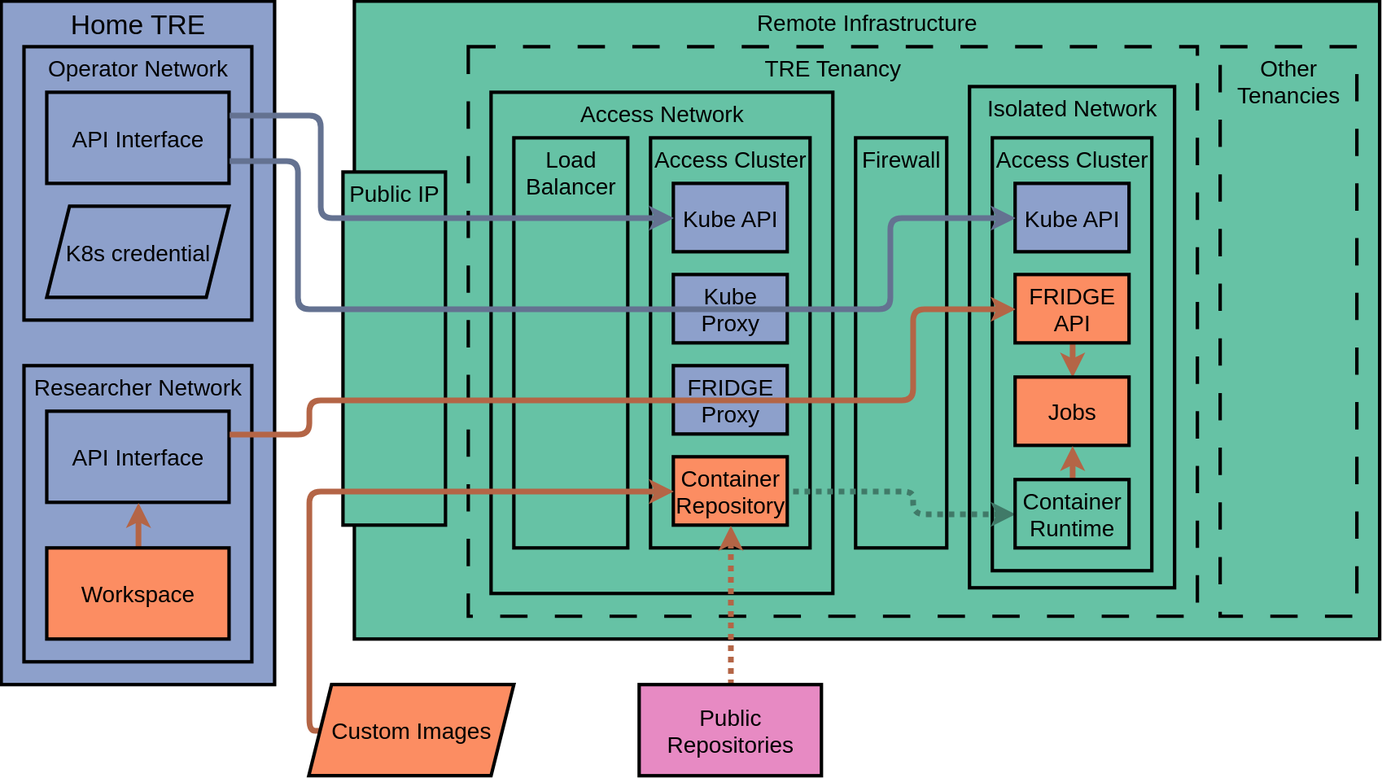
Above: docs/static/high_level.drawio.svg in alan-turing-institute/fridge (draw.io), before the change. Source tidied: cells renumbered, new cells last; positions are measured from the earlier drawing's top-left corner, leaving out a move shared by most shapes.
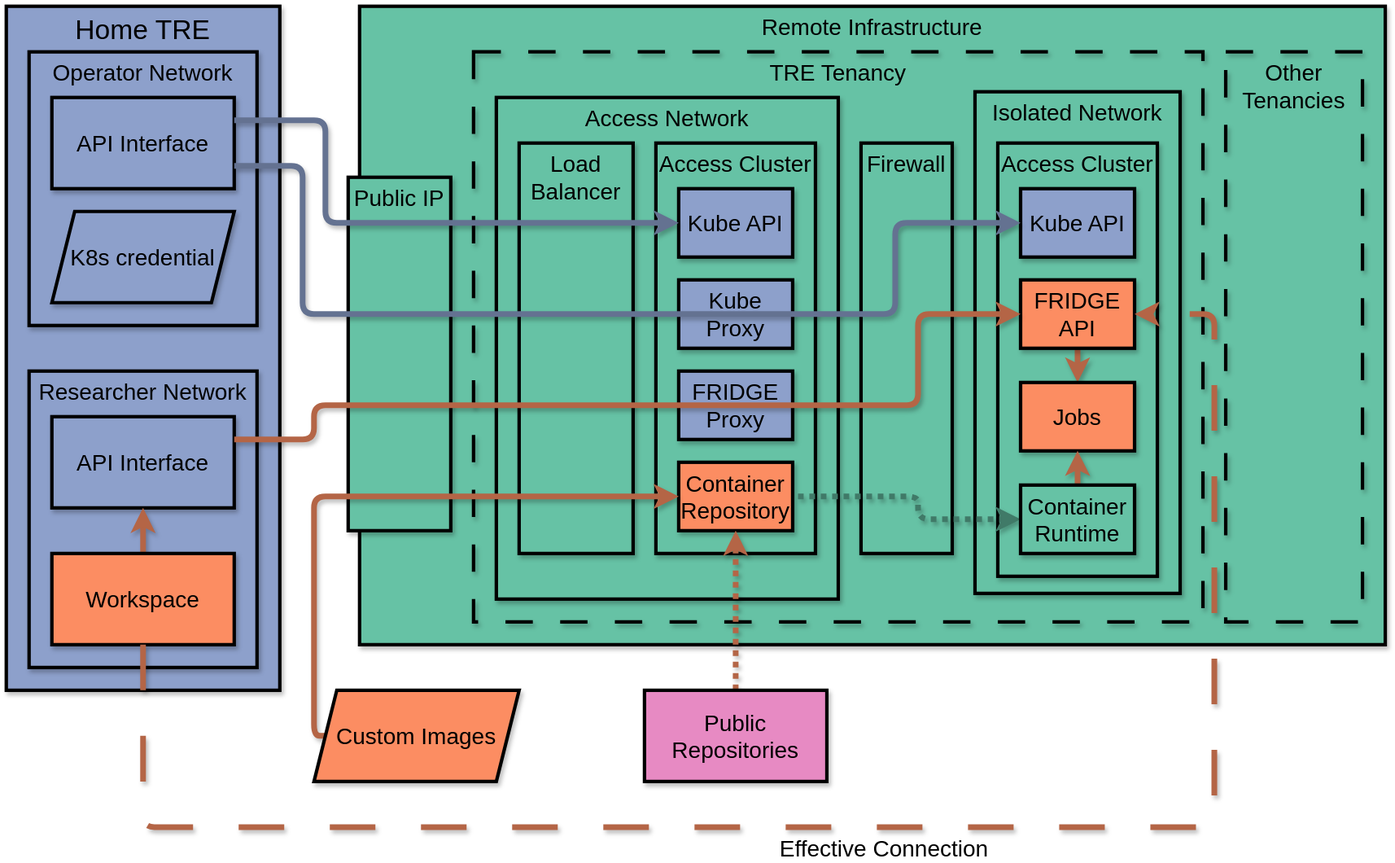
After the change.

Diff of the diagram source:
```diff
@@ -2,85 +2,85 @@
   <root>
     <mxCell id="0" />
     <mxCell id="1" parent="0" />
-    <mxCell id="2" value="&lt;font&gt;Home TRE&lt;/font&gt;" style="rounded=0;whiteSpace=wrap;html=1;verticalAlign=top;labelPosition=center;verticalLabelPosition=middle;align=center;fontSize=24;fillColor=#8DA0CB;strokeWidth=3;strokeColor=#000000;" parent="1" vertex="1">
+    <mxCell id="2" value="&lt;font&gt;Home TRE&lt;/font&gt;" style="rounded=0;whiteSpace=wrap;html=1;verticalAlign=top;labelPosition=center;verticalLabelPosition=middle;align=center;fontSize=24;fillColor=#8DA0CB;strokeWidth=3;strokeColor=#000000;shadow=1;" parent="1" vertex="1">
       <mxGeometry width="240" height="600" as="geometry" />
     </mxCell>
-    <mxCell id="3" value="&lt;font&gt;Remote Infrastructure&lt;/font&gt;" style="rounded=0;whiteSpace=wrap;html=1;verticalAlign=top;fontSize=20;fillColor=#66C2A5;strokeWidth=3;strokeColor=default;align=center;fontFamily=Helvetica;fontColor=default;" parent="1" vertex="1">
+    <mxCell id="3" value="&lt;font&gt;Remote Infrastructure&lt;/font&gt;" style="rounded=0;whiteSpace=wrap;html=1;verticalAlign=top;fontSize=20;fillColor=#66C2A5;strokeWidth=3;strokeColor=default;align=center;fontFamily=Helvetica;fontColor=default;shadow=1;" parent="1" vertex="1">
       <mxGeometry x="310" width="900" height="560" as="geometry" />
     </mxCell>
-    <mxCell id="4" value="TRE Tenancy" style="rounded=0;whiteSpace=wrap;html=1;fontSize=20;verticalAlign=top;fillColor=none;dashed=1;dashPattern=8 8;strokeWidth=3;glass=0;" parent="1" vertex="1">
+    <mxCell id="4" value="TRE Tenancy" style="rounded=0;whiteSpace=wrap;html=1;fontSize=20;verticalAlign=top;fillColor=none;dashed=1;dashPattern=8 8;strokeWidth=3;glass=0;shadow=1;" parent="1" vertex="1">
       <mxGeometry x="410" y="40" width="640" height="500" as="geometry" />
     </mxCell>
-    <mxCell id="5" value="Other Tenancies" style="rounded=0;whiteSpace=wrap;html=1;fontSize=20;verticalAlign=top;fillColor=none;strokeWidth=3;dashed=1;dashPattern=8 8;" parent="1" vertex="1">
+    <mxCell id="5" value="Other Tenancies" style="rounded=0;whiteSpace=wrap;html=1;fontSize=20;verticalAlign=top;fillColor=none;strokeWidth=3;dashed=1;dashPattern=8 8;shadow=1;" parent="1" vertex="1">
       <mxGeometry x="1070" y="40" width="120" height="500" as="geometry" />
     </mxCell>
-    <mxCell id="6" value="Operator Network" style="rounded=0;whiteSpace=wrap;html=1;verticalAlign=top;fontSize=20;fillColor=#8DA0CB;strokeWidth=3;" parent="1" vertex="1">
+    <mxCell id="6" value="Operator Network" style="rounded=0;whiteSpace=wrap;html=1;verticalAlign=top;fontSize=20;fillColor=#8DA0CB;strokeWidth=3;shadow=1;" parent="1" vertex="1">
       <mxGeometry x="20" y="40" width="200" height="240" as="geometry" />
     </mxCell>
-    <mxCell id="7" value="Researcher Network" style="rounded=0;whiteSpace=wrap;html=1;verticalAlign=top;fontSize=20;fillColor=#8DA0CB;strokeWidth=3;" parent="1" vertex="1">
+    <mxCell id="7" value="Researcher Network" style="rounded=0;whiteSpace=wrap;html=1;verticalAlign=top;fontSize=20;fillColor=#8DA0CB;strokeWidth=3;shadow=1;" parent="1" vertex="1">
       <mxGeometry x="20" y="320" width="200" height="260" as="geometry" />
     </mxCell>
-    <mxCell id="8" value="API Interface" style="rounded=0;whiteSpace=wrap;html=1;fontSize=20;verticalAlign=middle;strokeWidth=3;fillColor=#8DA0CB;" parent="1" vertex="1">
+    <mxCell id="8" value="API Interface" style="rounded=0;whiteSpace=wrap;html=1;fontSize=20;verticalAlign=middle;strokeWidth=3;fillColor=#8DA0CB;shadow=1;" parent="1" vertex="1">
       <mxGeometry x="40" y="80" width="160" height="80" as="geometry" />
     </mxCell>
-    <mxCell id="9" value="K8s credential" style="shape=parallelogram;perimeter=parallelogramPerimeter;whiteSpace=wrap;html=1;fixedSize=1;fontSize=20;strokeWidth=3;fillColor=#8DA0CB;" parent="1" vertex="1">
+    <mxCell id="9" value="K8s credential" style="shape=parallelogram;perimeter=parallelogramPerimeter;whiteSpace=wrap;html=1;fixedSize=1;fontSize=20;strokeWidth=3;fillColor=#8DA0CB;shadow=1;" parent="1" vertex="1">
       <mxGeometry x="40" y="180" width="160" height="80" as="geometry" />
     </mxCell>
-    <mxCell id="10" value="API Interface" style="rounded=0;whiteSpace=wrap;html=1;fontSize=20;verticalAlign=middle;strokeWidth=3;fillColor=#8DA0CB;" parent="1" vertex="1">
+    <mxCell id="10" value="API Interface" style="rounded=0;whiteSpace=wrap;html=1;fontSize=20;verticalAlign=middle;strokeWidth=3;fillColor=#8DA0CB;shadow=1;" parent="1" vertex="1">
       <mxGeometry x="40" y="360" width="160" height="80" as="geometry" />
     </mxCell>
-    <mxCell id="11" style="edgeStyle=orthogonalEdgeStyle;rounded=0;jettySize=auto;html=1;exitX=0.5;exitY=0;exitDx=0;exitDy=0;entryX=0.5;entryY=1;entryDx=0;entryDy=0;fontFamily=Helvetica;fontSize=20;fontColor=default;strokeWidth=5;strokeColor=#B46546;" parent="1" edge="1" source="12" target="10">
+    <mxCell id="11" style="edgeStyle=orthogonalEdgeStyle;rounded=0;jettySize=auto;html=1;exitX=0.5;exitY=0;exitDx=0;exitDy=0;entryX=0.5;entryY=1;entryDx=0;entryDy=0;fontFamily=Helvetica;fontSize=20;fontColor=default;strokeWidth=5;strokeColor=#B46546;shadow=1;" parent="1" edge="1" source="12" target="10">
       <mxGeometry relative="1" as="geometry" />
     </mxCell>
-    <mxCell id="12" value="Workspace" style="rounded=0;whiteSpace=wrap;html=1;fontSize=20;verticalAlign=middle;strokeWidth=3;fillColor=#FC8D62;" parent="1" vertex="1">
+    <mxCell id="12" value="Workspace" style="rounded=0;whiteSpace=wrap;html=1;fontSize=20;verticalAlign=middle;strokeWidth=3;fillColor=#FC8D62;shadow=1;" parent="1" vertex="1">
       <mxGeometry x="40" y="480" width="160" height="80" as="geometry" />
     </mxCell>
-    <mxCell id="13" value="Public IP" style="rounded=0;whiteSpace=wrap;html=1;fontSize=20;strokeWidth=3;fillColor=#66C2A5;verticalAlign=top;" parent="1" vertex="1">
+    <mxCell id="13" value="Public IP" style="rounded=0;whiteSpace=wrap;html=1;fontSize=20;strokeWidth=3;fillColor=#66C2A5;verticalAlign=top;shadow=1;" parent="1" vertex="1">
       <mxGeometry x="300" y="150" width="90" height="310" as="geometry" />
     </mxCell>
-    <mxCell id="14" value="Access Network" style="rounded=0;whiteSpace=wrap;html=1;strokeWidth=3;fontSize=20;verticalAlign=top;fillColor=#66C2A5;" parent="1" vertex="1">
+    <mxCell id="14" value="Access Network" style="rounded=0;whiteSpace=wrap;html=1;strokeWidth=3;fontSize=20;verticalAlign=top;fillColor=#66C2A5;shadow=1;" parent="1" vertex="1">
       <mxGeometry x="430" y="80" width="300" height="440" as="geometry" />
     </mxCell>
-    <mxCell id="15" value="Isolated Network" style="rounded=0;whiteSpace=wrap;html=1;strokeWidth=3;fontSize=20;verticalAlign=top;fillColor=#66C2A5;" parent="1" vertex="1">
+    <mxCell id="15" value="Isolated Network" style="rounded=0;whiteSpace=wrap;html=1;strokeWidth=3;fontSize=20;verticalAlign=top;fillColor=#66C2A5;shadow=1;" parent="1" vertex="1">
       <mxGeometry x="850" y="75" width="180" height="440" as="geometry" />
     </mxCell>
-    <mxCell id="16" value="Load Balancer" style="rounded=0;whiteSpace=wrap;html=1;strokeWidth=3;fontSize=20;verticalAlign=top;fillColor=#66C2A5;" parent="1" vertex="1">
+    <mxCell id="16" value="Load Balancer" style="rounded=0;whiteSpace=wrap;html=1;strokeWidth=3;fontSize=20;verticalAlign=top;fillColor=#66C2A5;shadow=1;" parent="1" vertex="1">
       <mxGeometry x="450" y="120" width="100" height="360" as="geometry" />
     </mxCell>
-    <mxCell id="17" value="Access Cluster" style="rounded=0;whiteSpace=wrap;html=1;strokeWidth=3;fontSize=20;verticalAlign=top;fillColor=#66C2A5;" parent="1" vertex="1">
+    <mxCell id="17" value="Access Cluster" style="rounded=0;whiteSpace=wrap;html=1;strokeWidth=3;fontSize=20;verticalAlign=top;fillColor=#66C2A5;shadow=1;" parent="1" vertex="1">
       <mxGeometry x="570" y="120" width="140" height="360" as="geometry" />
     </mxCell>
-    <mxCell id="18" value="Kube API" style="rounded=0;whiteSpace=wrap;html=1;strokeWidth=3;fontSize=20;fillColor=#8DA0CB;" parent="1" vertex="1">
+    <mxCell id="18" value="Kube API" style="rounded=0;whiteSpace=wrap;html=1;strokeWidth=3;fontSize=20;fillColor=#8DA0CB;shadow=1;" parent="1" vertex="1">
       <mxGeometry x="590" y="160" width="100" height="60" as="geometry" />
     </mxCell>
-    <mxCell id="19" value="Kube Proxy" style="rounded=0;whiteSpace=wrap;html=1;strokeWidth=3;fontSize=20;fillColor=#8DA0CB;" parent="1" vertex="1">
+    <mxCell id="19" value="Kube Proxy" style="rounded=0;whiteSpace=wrap;html=1;strokeWidth=3;fontSize=20;fillColor=#8DA0CB;shadow=1;" parent="1" vertex="1">
       <mxGeometry x="590" y="240" width="100" height="60" as="geometry" />
     </mxCell>
-    <mxCell id="20" value="FRIDGE Proxy" style="rounded=0;whiteSpace=wrap;html=1;strokeWidth=3;fontSize=20;fillColor=#8DA0CB;" parent="1" vertex="1">
+    <mxCell id="20" value="FRIDGE Proxy" style="rounded=0;whiteSpace=wrap;html=1;strokeWidth=3;fontSize=20;fillColor=#8DA0CB;shadow=1;" parent="1" vertex="1">
       <mxGeometry x="590" y="320" width="100" height="60" as="geometry" />
     </mxCell>
-    <mxCell id="21" value="Container Repository" style="rounded=0;whiteSpace=wrap;html=1;strokeWidth=3;fontSize=20;fillColor=#FC8D62;" parent="1" vertex="1">
+    <mxCell id="21" value="Container Repository" style="rounded=0;whiteSpace=wrap;html=1;strokeWidth=3;fontSize=20;fillColor=#FC8D62;shadow=1;" parent="1" vertex="1">
       <mxGeometry x="590" y="400" width="100" height="60" as="geometry" />
     </mxCell>
-    <mxCell id="22" value="Firewall" style="rounded=0;whiteSpace=wrap;html=1;fontSize=20;verticalAlign=top;strokeWidth=3;fillColor=#66C2A5;" parent="1" vertex="1">
+    <mxCell id="22" value="Firewall" style="rounded=0;whiteSpace=wrap;html=1;fontSize=20;verticalAlign=top;strokeWidth=3;fillColor=#66C2A5;shadow=1;" parent="1" vertex="1">
       <mxGeometry x="750" y="120" width="80" height="360" as="geometry" />
     </mxCell>
-    <mxCell id="23" value="Access Cluster" style="rounded=0;whiteSpace=wrap;html=1;strokeWidth=3;fontSize=20;verticalAlign=top;fillColor=#66C2A5;" parent="1" vertex="1">
+    <mxCell id="23" value="Access Cluster" style="rounded=0;whiteSpace=wrap;html=1;strokeWidth=3;fontSize=20;verticalAlign=top;fillColor=#66C2A5;shadow=1;" parent="1" vertex="1">
       <mxGeometry x="870" y="120" width="140" height="380" as="geometry" />
     </mxCell>
-    <mxCell id="24" value="Kube API" style="rounded=0;whiteSpace=wrap;html=1;strokeWidth=3;fontSize=20;fillColor=#8DA0CB;" parent="1" vertex="1">
+    <mxCell id="24" value="Kube API" style="rounded=0;whiteSpace=wrap;html=1;strokeWidth=3;fontSize=20;fillColor=#8DA0CB;shadow=1;" parent="1" vertex="1">
       <mxGeometry x="890" y="160" width="100" height="60" as="geometry" />
     </mxCell>
-    <mxCell id="25" style="edgeStyle=orthogonalEdgeStyle;rounded=0;jettySize=auto;html=1;exitX=0.5;exitY=1;exitDx=0;exitDy=0;entryX=0.5;entryY=0;entryDx=0;entryDy=0;fontFamily=Helvetica;fontSize=20;fontColor=default;strokeColor=#B46546;strokeWidth=5;align=center;verticalAlign=middle;labelBackgroundColor=default;endArrow=classic;" parent="1" edge="1" source="26" target="27">
+    <mxCell id="25" style="edgeStyle=orthogonalEdgeStyle;rounded=0;jettySize=auto;html=1;exitX=0.5;exitY=1;exitDx=0;exitDy=0;entryX=0.5;entryY=0;entryDx=0;entryDy=0;fontFamily=Helvetica;fontSize=20;fontColor=default;strokeColor=#B46546;strokeWidth=5;align=center;verticalAlign=middle;labelBackgroundColor=default;endArrow=classic;shadow=1;" parent="1" edge="1" source="26" target="27">
       <mxGeometry relative="1" as="geometry" />
     </mxCell>
-    <mxCell id="26" value="FRIDGE API" style="rounded=0;whiteSpace=wrap;html=1;strokeWidth=3;fontSize=20;fillColor=#FC8D62;" parent="1" vertex="1">
+    <mxCell id="26" value="FRIDGE API" style="rounded=0;whiteSpace=wrap;html=1;strokeWidth=3;fontSize=20;fillColor=#FC8D62;shadow=1;" parent="1" vertex="1">
       <mxGeometry x="890" y="240" width="100" height="60" as="geometry" />
     </mxCell>
-    <mxCell id="27" value="Jobs" style="rounded=0;whiteSpace=wrap;html=1;strokeWidth=3;fontSize=20;fillColor=#FC8D62;" parent="1" vertex="1">
+    <mxCell id="27" value="Jobs" style="rounded=0;whiteSpace=wrap;html=1;strokeWidth=3;fontSize=20;fillColor=#FC8D62;shadow=1;" parent="1" vertex="1">
       <mxGeometry x="890" y="330" width="100" height="60" as="geometry" />
     </mxCell>
-    <mxCell id="28" style="edgeStyle=orthogonalEdgeStyle;rounded=1;jettySize=auto;html=1;exitX=0;exitY=0.5;exitDx=0;exitDy=0;entryX=1;entryY=0.5;entryDx=0;entryDy=0;fontFamily=Helvetica;fontSize=20;fontColor=default;strokeColor=#407A68;strokeWidth=5;curved=0;startArrow=classic;startFill=1;endArrow=none;endFill=0;dashed=1;dashPattern=1 1;" parent="1" edge="1" source="30" target="21">
+    <mxCell id="28" style="edgeStyle=orthogonalEdgeStyle;rounded=1;jettySize=auto;html=1;exitX=0;exitY=0.5;exitDx=0;exitDy=0;entryX=1;entryY=0.5;entryDx=0;entryDy=0;fontFamily=Helvetica;fontSize=20;fontColor=default;strokeColor=#407A68;strokeWidth=5;curved=0;startArrow=classic;startFill=1;endArrow=none;endFill=0;dashed=1;dashPattern=1 1;shadow=1;" parent="1" edge="1" source="30" target="21">
       <mxGeometry relative="1" as="geometry">
         <Array as="points">
           <mxPoint x="800" y="450" />
@@ -88,13 +88,13 @@
         </Array>
       </mxGeometry>
     </mxCell>
-    <mxCell id="29" style="edgeStyle=orthogonalEdgeStyle;rounded=0;jettySize=auto;html=1;exitX=0.5;exitY=0;exitDx=0;exitDy=0;entryX=0.5;entryY=1;entryDx=0;entryDy=0;fontFamily=Helvetica;fontSize=20;fontColor=default;strokeWidth=5;strokeColor=#B46546;" parent="1" edge="1" source="30" target="27">
+    <mxCell id="29" style="edgeStyle=orthogonalEdgeStyle;rounded=0;jettySize=auto;html=1;exitX=0.5;exitY=0;exitDx=0;exitDy=0;entryX=0.5;entryY=1;entryDx=0;entryDy=0;fontFamily=Helvetica;fontSize=20;fontColor=default;strokeWidth=5;strokeColor=#B46546;shadow=1;" parent="1" edge="1" source="30" target="27">
       <mxGeometry relative="1" as="geometry" />
     </mxCell>
-    <mxCell id="30" value="Container Runtime" style="rounded=0;whiteSpace=wrap;html=1;strokeWidth=3;fontSize=20;fillColor=#66C2A5;" parent="1" vertex="1">
+    <mxCell id="30" value="Container Runtime" style="rounded=0;whiteSpace=wrap;html=1;strokeWidth=3;fontSize=20;fillColor=#66C2A5;shadow=1;" parent="1" vertex="1">
       <mxGeometry x="890" y="420" width="100" height="60" as="geometry" />
     </mxCell>
-    <mxCell id="31" style="edgeStyle=orthogonalEdgeStyle;rounded=1;jettySize=auto;html=1;exitX=0;exitY=0.5;exitDx=0;exitDy=0;entryX=0;entryY=0.5;entryDx=0;entryDy=0;fontFamily=Helvetica;fontSize=20;fontColor=default;strokeColor=#B46546;strokeWidth=5;align=center;verticalAlign=middle;labelBackgroundColor=default;endArrow=classic;curved=0;" parent="1" edge="1" source="32" target="21">
+    <mxCell id="31" style="edgeStyle=orthogonalEdgeStyle;rounded=1;jettySize=auto;html=1;exitX=0;exitY=0.5;exitDx=0;exitDy=0;entryX=0;entryY=0.5;entryDx=0;entryDy=0;fontFamily=Helvetica;fontSize=20;fontColor=default;strokeColor=#B46546;strokeWidth=5;align=center;verticalAlign=middle;labelBackgroundColor=default;endArrow=classic;curved=0;shadow=1;" parent="1" edge="1" source="32" target="21">
       <mxGeometry relative="1" as="geometry">
         <Array as="points">
           <mxPoint x="270" y="640" />
@@ -102,16 +102,16 @@
         </Array>
       </mxGeometry>
     </mxCell>
-    <mxCell id="32" value="Custom Images" style="shape=parallelogram;perimeter=parallelogramPerimeter;whiteSpace=wrap;html=1;fixedSize=1;strokeWidth=3;fontSize=20;fillColor=#FC8D62;" parent="1" vertex="1">
+    <mxCell id="32" value="Custom Images" style="shape=parallelogram;perimeter=parallelogramPerimeter;whiteSpace=wrap;html=1;fixedSize=1;strokeWidth=3;fontSize=20;fillColor=#FC8D62;shadow=1;" parent="1" vertex="1">
       <mxGeometry x="270" y="600" width="180" height="80" as="geometry" />
     </mxCell>
-    <mxCell id="33" style="edgeStyle=orthogonalEdgeStyle;rounded=1;jettySize=auto;html=1;exitX=0.5;exitY=0;exitDx=0;exitDy=0;fontFamily=Helvetica;fontSize=20;fontColor=default;strokeColor=#B46546;strokeWidth=5;align=center;verticalAlign=middle;labelBackgroundColor=default;endArrow=classic;curved=0;dashed=1;dashPattern=1 1;" parent="1" edge="1" source="34" target="21">
+    <mxCell id="33" style="edgeStyle=orthogonalEdgeStyle;rounded=1;jettySize=auto;html=1;exitX=0.5;exitY=0;exitDx=0;exitDy=0;fontFamily=Helvetica;fontSize=20;fontColor=default;strokeColor=#B46546;strokeWidth=5;align=center;verticalAlign=middle;labelBackgroundColor=default;endArrow=classic;curved=0;dashed=1;dashPattern=1 1;shadow=1;" parent="1" edge="1" source="34" target="21">
       <mxGeometry relative="1" as="geometry" />
     </mxCell>
-    <mxCell id="34" value="Public Repositories" style="rounded=0;whiteSpace=wrap;html=1;fontSize=20;strokeWidth=3;fillColor=#E78AC3;" parent="1" vertex="1">
+    <mxCell id="34" value="Public Repositories" style="rounded=0;whiteSpace=wrap;html=1;fontSize=20;strokeWidth=3;fillColor=#E78AC3;shadow=1;" parent="1" vertex="1">
       <mxGeometry x="560" y="600" width="160" height="80" as="geometry" />
     </mxCell>
-    <mxCell id="35" style="edgeStyle=orthogonalEdgeStyle;rounded=1;jettySize=auto;html=1;strokeWidth=5;curved=0;strokeColor=#647291;shadow=0;exitX=1;exitY=0.25;exitDx=0;exitDy=0;entryX=0;entryY=0.5;entryDx=0;entryDy=0;" parent="1" edge="1" source="8" target="18">
+    <mxCell id="35" style="edgeStyle=orthogonalEdgeStyle;rounded=1;jettySize=auto;html=1;strokeWidth=5;curved=0;strokeColor=#647291;shadow=1;exitX=1;exitY=0.25;exitDx=0;exitDy=0;entryX=0;entryY=0.5;entryDx=0;entryDy=0;" parent="1" edge="1" source="8" target="18">
       <mxGeometry relative="1" as="geometry">
         <Array as="points">
           <mxPoint x="280" y="100" />
@@ -119,7 +119,7 @@
         </Array>
       </mxGeometry>
     </mxCell>
-    <mxCell id="36" style="edgeStyle=orthogonalEdgeStyle;rounded=1;jettySize=auto;html=1;exitX=1;exitY=0.75;exitDx=0;exitDy=0;entryX=0;entryY=0.5;entryDx=0;entryDy=0;fontFamily=Helvetica;fontSize=11;fontColor=default;shadow=0;strokeColor=#647291;strokeWidth=5;align=center;verticalAlign=middle;labelBackgroundColor=default;endArrow=classic;curved=0;" parent="1" edge="1" source="8" target="24">
+    <mxCell id="36" style="edgeStyle=orthogonalEdgeStyle;rounded=1;jettySize=auto;html=1;exitX=1;exitY=0.75;exitDx=0;exitDy=0;entryX=0;entryY=0.5;entryDx=0;entryDy=0;fontFamily=Helvetica;fontSize=11;fontColor=default;shadow=1;strokeColor=#647291;strokeWidth=5;align=center;verticalAlign=middle;labelBackgroundColor=default;endArrow=classic;curved=0;" parent="1" edge="1" source="8" target="24">
       <mxGeometry relative="1" as="geometry">
         <Array as="points">
           <mxPoint x="260" y="140" />
@@ -129,7 +129,7 @@
         </Array>
       </mxGeometry>
     </mxCell>
-    <mxCell id="37" style="edgeStyle=orthogonalEdgeStyle;rounded=1;jettySize=auto;html=1;exitX=1;exitY=0.25;exitDx=0;exitDy=0;entryX=0;entryY=0.5;entryDx=0;entryDy=0;fontFamily=Helvetica;fontSize=20;fontColor=default;strokeWidth=5;strokeColor=#B46546;curved=0;" parent="1" edge="1" source="10" target="26">
+    <mxCell id="37" style="edgeStyle=orthogonalEdgeStyle;rounded=1;jettySize=auto;html=1;exitX=1;exitY=0.25;exitDx=0;exitDy=0;entryX=0;entryY=0.5;entryDx=0;entryDy=0;fontFamily=Helvetica;fontSize=20;fontColor=default;strokeWidth=5;strokeColor=#B46546;curved=0;shadow=1;" parent="1" edge="1" source="10" target="26">
       <mxGeometry relative="1" as="geometry">
         <Array as="points">
           <mxPoint x="270" y="380" />
@@ -139,5 +139,14 @@
         </Array>
       </mxGeometry>
     </mxCell>
+    <mxCell id="38" value="Effective Connection" style="edgeStyle=orthogonalEdgeStyle;rounded=1;jettySize=auto;html=1;exitX=0.5;exitY=1;exitDx=0;exitDy=0;entryX=1;entryY=0.5;entryDx=0;entryDy=0;fontFamily=Helvetica;fontSize=20;fontColor=default;strokeWidth=5;strokeColor=#B46546;curved=0;dashed=1;dashPattern=8 8;verticalAlign=top;align=center;labelBackgroundColor=none;shadow=1;" parent="1" edge="1" source="12" target="26">
+      <mxGeometry relative="1" as="geometry">
+        <Array as="points">
+          <mxPoint x="120" y="720" />
+          <mxPoint x="1060" y="720" />
+          <mxPoint x="1060" y="270" />
+        </Array>
+      </mxGeometry>
+    </mxCell>
   </root>
 </mxGraphModel>
```
